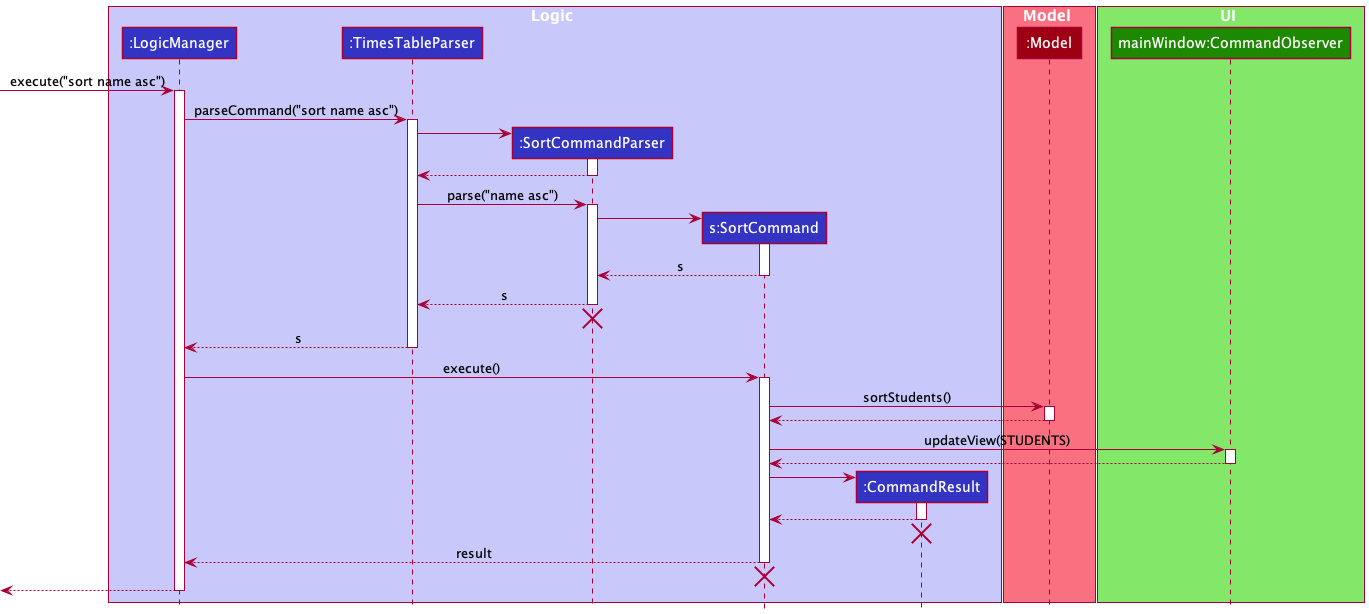
Before: docs/images/SortSequenceDiagram.png, a diagram exported from PlantUML (softmagnet/tp).
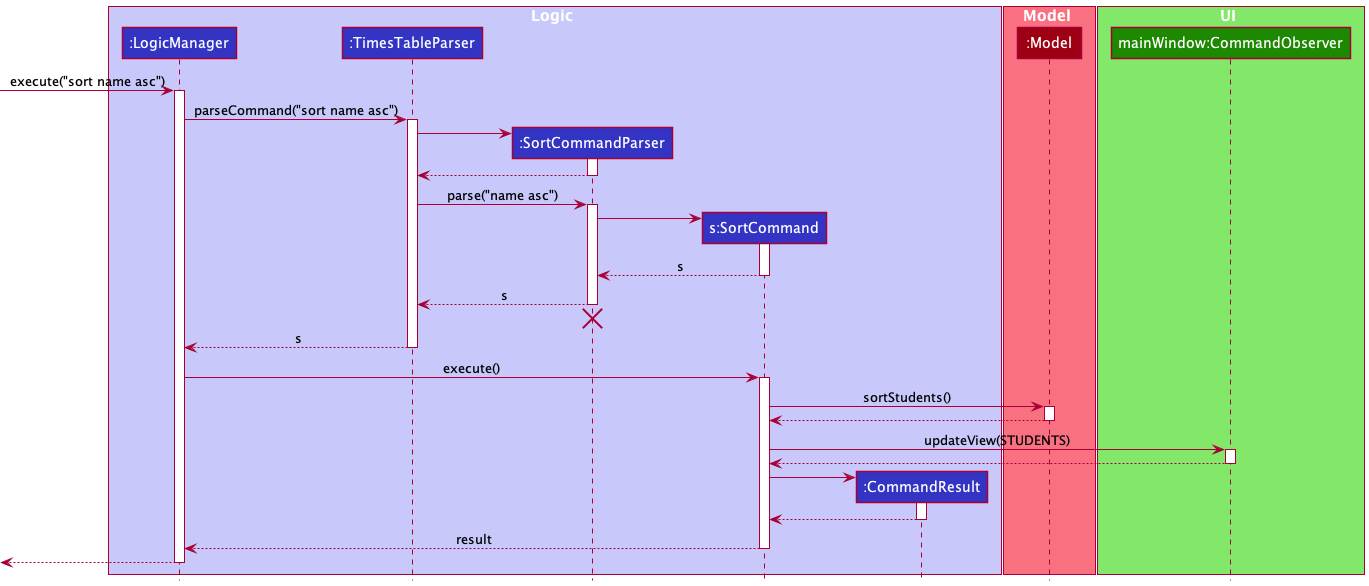
The same file after the commit.

Commit message:
Remove X from sequence diagrams

What changed in the source:
```diff
@@ -69,13 +69,9 @@
 
 CommandResult --> SortCommand
 deactivate CommandResult
-CommandResult -[hidden]-> TimesTableParser
-destroy CommandResult
 
 SortCommand --> LogicManager : result
 deactivate SortCommand
-SortCommandParser -[hidden]-> TimesTableParser
-destroy SortCommand
 
 [<--LogicManager
 deactivate LogicManager
```
